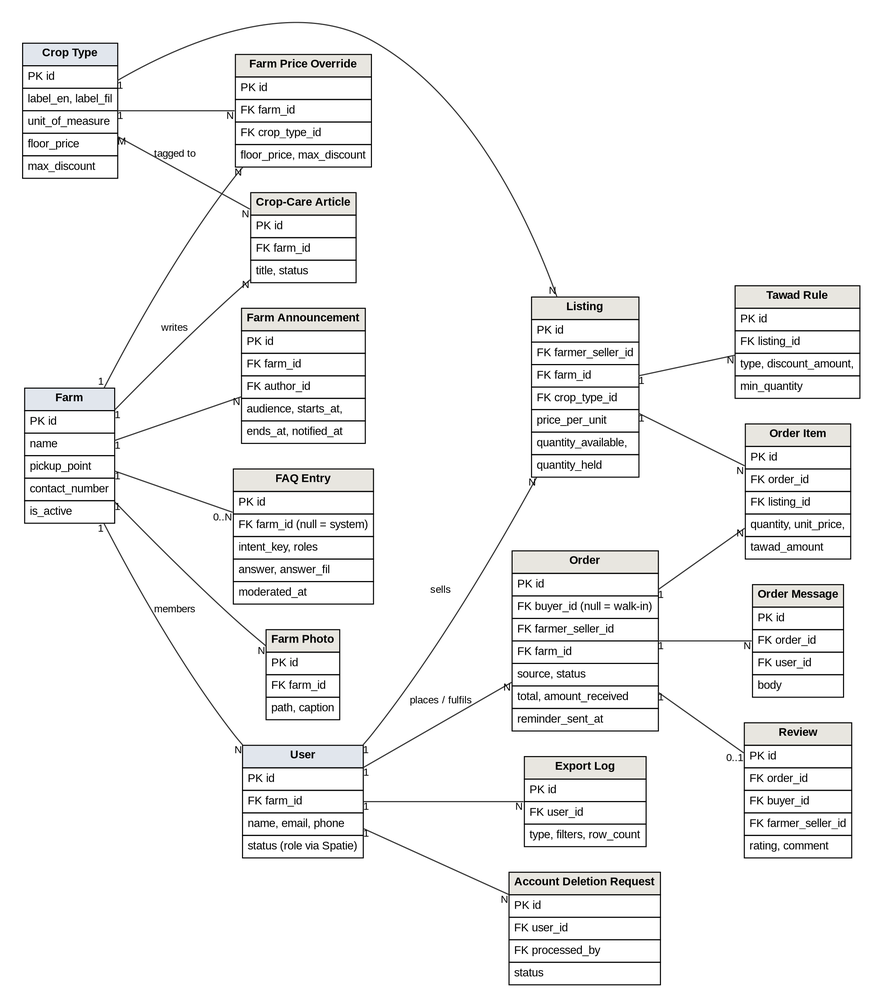
The Graphviz diagram docs/manuscript/figures/fig7_erd.png in shawncastaneda11-commits/anihow-backend, before a commit. Its source is kept beside it as docs/manuscript/figures/src/fig7_erd.dot. Source of this version:
```dot
digraph G {
  graph [rankdir=LR, nodesep=0.35, ranksep=1.0, pad=0.3, fontname="Liberation Sans", splines=true];
  node  [shape=plain, fontname="Liberation Sans", fontsize=11];
  edge  [arrowhead=none, penwidth=1.1, color="#333333", fontname="Liberation Sans", fontsize=10, labelfontsize=10];
  farm [label=<<TABLE BORDER="0" CELLBORDER="1" CELLSPACING="0" CELLPADDING="4"><TR><TD BGCOLOR="#E1E6ED"><B>Farm</B></TD></TR><TR><TD ALIGN="LEFT" BALIGN="LEFT">PK id</TD></TR><TR><TD ALIGN="LEFT" BALIGN="LEFT">name</TD></TR><TR><TD ALIGN="LEFT" BALIGN="LEFT">pickup_point</TD></TR><TR><TD ALIGN="LEFT" BALIGN="LEFT">contact_number</TD></TR><TR><TD ALIGN="LEFT" BALIGN="LEFT">is_active</TD></TR></TABLE>>];
  user [label=<<TABLE BORDER="0" CELLBORDER="1" CELLSPACING="0" CELLPADDING="4"><TR><TD BGCOLOR="#E1E6ED"><B>User</B></TD></TR><TR><TD ALIGN="LEFT" BALIGN="LEFT">PK id</TD></TR><TR><TD ALIGN="LEFT" BALIGN="LEFT">FK farm_id</TD></TR><TR><TD ALIGN="LEFT" BALIGN="LEFT">name, email, phone</TD></TR><TR><TD ALIGN="LEFT" BALIGN="LEFT">status (role via Spatie)</TD></TR></TABLE>>];
  crop [label=<<TABLE BORDER="0" CELLBORDER="1" CELLSPACING="0" CELLPADDING="4"><TR><TD BGCOLOR="#E1E6ED"><B>Crop Type</B></TD></TR><TR><TD ALIGN="LEFT" BALIGN="LEFT">PK id</TD></TR><TR><TD ALIGN="LEFT" BALIGN="LEFT">label_en, label_fil</TD></TR><TR><TD ALIGN="LEFT" BALIGN="LEFT">unit_of_measure</TD></TR><TR><TD ALIGN="LEFT" BALIGN="LEFT">floor_price</TD></TR><TR><TD ALIGN="LEFT" BALIGN="LEFT">max_discount</TD></TR></TABLE>>];
  ovr [label=<<TABLE BORDER="0" CELLBORDER="1" CELLSPACING="0" CELLPADDING="4"><TR><TD BGCOLOR="#E8E6E0"><B>Farm Price Override</B></TD></TR><TR><TD ALIGN="LEFT" BALIGN="LEFT">PK id</TD></TR><TR><TD ALIGN="LEFT" BALIGN="LEFT">FK farm_id</TD></TR><TR><TD ALIGN="LEFT" BALIGN="LEFT">FK crop_type_id</TD></TR><TR><TD ALIGN="LEFT" BALIGN="LEFT">floor_price, max_discount</TD></TR></TABLE>>];
  photo [label=<<TABLE BORDER="0" CELLBORDER="1" CELLSPACING="0" CELLPADDING="4"><TR><TD BGCOLOR="#E8E6E0"><B>Farm Photo</B></TD></TR><TR><TD ALIGN="LEFT" BALIGN="LEFT">PK id</TD></TR><TR><TD ALIGN="LEFT" BALIGN="LEFT">FK farm_id</TD></TR><TR><TD ALIGN="LEFT" BALIGN="LEFT">path, caption</TD></TR></TABLE>>];
  ann [label=<<TABLE BORDER="0" CELLBORDER="1" CELLSPACING="0" CELLPADDING="4"><TR><TD BGCOLOR="#E8E6E0"><B>Farm Announcement</B></TD></TR><TR><TD ALIGN="LEFT" BALIGN="LEFT">PK id</TD></TR><TR><TD ALIGN="LEFT" BALIGN="LEFT">FK farm_id</TD></TR><TR><TD ALIGN="LEFT" BALIGN="LEFT">FK author_id</TD></TR><TR><TD ALIGN="LEFT" BALIGN="LEFT">audience, starts_at,</TD></TR><TR><TD ALIGN="LEFT" BALIGN="LEFT">ends_at, notified_at</TD></TR></TABLE>>];
  faq [label=<<TABLE BORDER="0" CELLBORDER="1" CELLSPACING="0" CELLPADDING="4"><TR><TD BGCOLOR="#E8E6E0"><B>FAQ Entry</B></TD></TR><TR><TD ALIGN="LEFT" BALIGN="LEFT">PK id</TD></TR><TR><TD ALIGN="LEFT" BALIGN="LEFT">FK farm_id (null = system)</TD></TR><TR><TD ALIGN="LEFT" BALIGN="LEFT">intent_key, roles</TD></TR><TR><TD ALIGN="LEFT" BALIGN="LEFT">answer, answer_fil</TD></TR><TR><TD ALIGN="LEFT" BALIGN="LEFT">moderated_at</TD></TR></TABLE>>];
  art [label=<<TABLE BORDER="0" CELLBORDER="1" CELLSPACING="0" CELLPADDING="4"><TR><TD BGCOLOR="#E8E6E0"><B>Crop-Care Article</B></TD></TR><TR><TD ALIGN="LEFT" BALIGN="LEFT">PK id</TD></TR><TR><TD ALIGN="LEFT" BALIGN="LEFT">FK farm_id</TD></TR><TR><TD ALIGN="LEFT" BALIGN="LEFT">title, status</TD></TR></TABLE>>];
  lst [label=<<TABLE BORDER="0" CELLBORDER="1" CELLSPACING="0" CELLPADDING="4"><TR><TD BGCOLOR="#E8E6E0"><B>Listing</B></TD></TR><TR><TD ALIGN="LEFT" BALIGN="LEFT">PK id</TD></TR><TR><TD ALIGN="LEFT" BALIGN="LEFT">FK farmer_seller_id</TD></TR><TR><TD ALIGN="LEFT" BALIGN="LEFT">FK farm_id</TD></TR><TR><TD ALIGN="LEFT" BALIGN="LEFT">FK crop_type_id</TD></TR><TR><TD ALIGN="LEFT" BALIGN="LEFT">price_per_unit</TD></TR><TR><TD ALIGN="LEFT" BALIGN="LEFT">quantity_available,</TD></TR><TR><TD ALIGN="LEFT" BALIGN="LEFT">quantity_held</TD></TR></TABLE>>];
  tawad [label=<<TABLE BORDER="0" CELLBORDER="1" CELLSPACING="0" CELLPADDING="4"><TR><TD BGCOLOR="#E8E6E0"><B>Tawad Rule</B></TD></TR><TR><TD ALIGN="LEFT" BALIGN="LEFT">PK id</TD></TR><TR><TD ALIGN="LEFT" BALIGN="LEFT">FK listing_id</TD></TR><TR><TD ALIGN="LEFT" BALIGN="LEFT">type, discount_amount,</TD></TR><TR><TD ALIGN="LEFT" BALIGN="LEFT">min_quantity</TD></TR></TABLE>>];
  ord [label=<<TABLE BORDER="0" CELLBORDER="1" CELLSPACING="0" CELLPADDING="4"><TR><TD BGCOLOR="#E8E6E0"><B>Order</B></TD></TR><TR><TD ALIGN="LEFT" BALIGN="LEFT">PK id</TD></TR><TR><TD ALIGN="LEFT" BALIGN="LEFT">FK buyer_id (null = walk-in)</TD></TR><TR><TD ALIGN="LEFT" BALIGN="LEFT">FK farmer_seller_id</TD></TR><TR><TD ALIGN="LEFT" BALIGN="LEFT">FK farm_id</TD></TR><TR><TD ALIGN="LEFT" BALIGN="LEFT">source, status</TD></TR><TR><TD ALIGN="LEFT" BALIGN="LEFT">total, amount_received</TD></TR><TR><TD ALIGN="LEFT" BALIGN="LEFT">reminder_sent_at</TD></TR></TABLE>>];
  item [label=<<TABLE BORDER="0" CELLBORDER="1" CELLSPACING="0" CELLPADDING="4"><TR><TD BGCOLOR="#E8E6E0"><B>Order Item</B></TD></TR><TR><TD ALIGN="LEFT" BALIGN="LEFT">PK id</TD></TR><TR><TD ALIGN="LEFT" BALIGN="LEFT">FK order_id</TD></TR><TR><TD ALIGN="LEFT" BALIGN="LEFT">FK listing_id</TD></TR><TR><TD ALIGN="LEFT" BALIGN="LEFT">quantity, unit_price,</TD></TR><TR><TD ALIGN="LEFT" BALIGN="LEFT">tawad_amount</TD></TR></TABLE>>];
  msg [label=<<TABLE BORDER="0" CELLBORDER="1" CELLSPACING="0" CELLPADDING="4"><TR><TD BGCOLOR="#E8E6E0"><B>Order Message</B></TD></TR><TR><TD ALIGN="LEFT" BALIGN="LEFT">PK id</TD></TR><TR><TD ALIGN="LEFT" BALIGN="LEFT">FK order_id</TD></TR><TR><TD ALIGN="LEFT" BALIGN="LEFT">FK user_id</TD></TR><TR><TD ALIGN="LEFT" BALIGN="LEFT">body</TD></TR></TABLE>>];
  rev [label=<<TABLE BORDER="0" CELLBORDER="1" CELLSPACING="0" CELLPADDING="4"><TR><TD BGCOLOR="#E8E6E0"><B>Review</B></TD></TR><TR><TD ALIGN="LEFT" BALIGN="LEFT">PK id</TD></TR><TR><TD ALIGN="LEFT" BALIGN="LEFT">FK order_id</TD></TR><TR><TD ALIGN="LEFT" BALIGN="LEFT">FK buyer_id</TD></TR><TR><TD ALIGN="LEFT" BALIGN="LEFT">FK farmer_seller_id</TD></TR><TR><TD ALIGN="LEFT" BALIGN="LEFT">rating, comment</TD></TR></TABLE>>];
  exp [label=<<TABLE BORDER="0" CELLBORDER="1" CELLSPACING="0" CELLPADDING="4"><TR><TD BGCOLOR="#E8E6E0"><B>Export Log</B></TD></TR><TR><TD ALIGN="LEFT" BALIGN="LEFT">PK id</TD></TR><TR><TD ALIGN="LEFT" BALIGN="LEFT">FK user_id</TD></TR><TR><TD ALIGN="LEFT" BALIGN="LEFT">type, filters, row_count</TD></TR></TABLE>>];
  del [label=<<TABLE BORDER="0" CELLBORDER="1" CELLSPACING="0" CELLPADDING="4"><TR><TD BGCOLOR="#E8E6E0"><B>Account Deletion Request</B></TD></TR><TR><TD ALIGN="LEFT" BALIGN="LEFT">PK id</TD></TR><TR><TD ALIGN="LEFT" BALIGN="LEFT">FK user_id</TD></TR><TR><TD ALIGN="LEFT" BALIGN="LEFT">FK processed_by</TD></TR><TR><TD ALIGN="LEFT" BALIGN="LEFT">status</TD></TR></TABLE>>];
  farm -> user [taillabel="1", headlabel="N", label="members"];
  farm -> ovr [taillabel="1", headlabel="N"];
  crop -> ovr [taillabel="1", headlabel="N"];
  farm -> photo [taillabel="1", headlabel="N"];
  farm -> ann [taillabel="1", headlabel="N"];
  farm -> faq [taillabel="1", headlabel="0..N"];
  farm -> art [taillabel="1", headlabel="N", label="writes"];
  crop -> art [taillabel="M", headlabel="N", label="tagged to"];
  user -> lst [taillabel="1", headlabel="N", label="sells"];
  crop -> lst [taillabel="1", headlabel="N"];
  lst -> tawad [taillabel="1", headlabel="N"];
  user -> ord [taillabel="1", headlabel="N", label="places / fulfils"];
  ord -> item [taillabel="1", headlabel="N"];
  lst -> item [taillabel="1", headlabel="N"];
  ord -> msg [taillabel="1", headlabel="N"];
  ord -> rev [taillabel="1", headlabel="0..1"];
  user -> exp [taillabel="1", headlabel="N"];
  user -> del [taillabel="1", headlabel="N"];
  {rank=same; farm; crop}
  {rank=same; user; ovr; art}
}
```
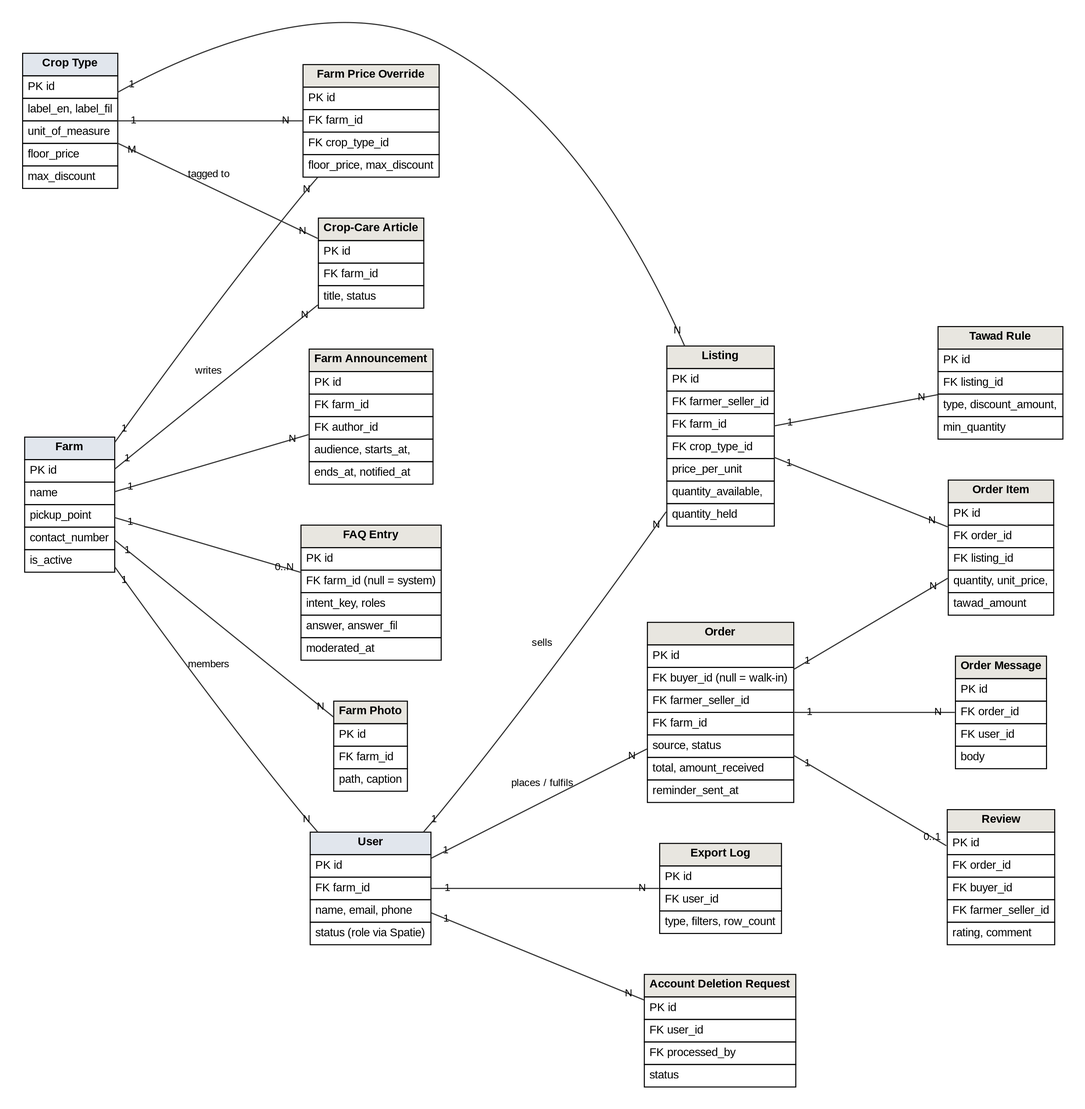
The same file after the commit.

Change to the diagram source:
```diff
@@ -1,7 +1,7 @@
 digraph G {
-  graph [rankdir=LR, nodesep=0.35, ranksep=1.0, pad=0.3, fontname="Liberation Sans", splines=true];
+  graph [rankdir=LR, nodesep=0.55, ranksep=1.9, pad=0.3, fontname="Liberation Sans", splines=true, concentrate=false];
   node  [shape=plain, fontname="Liberation Sans", fontsize=11];
-  edge  [arrowhead=none, penwidth=1.1, color="#333333", fontname="Liberation Sans", fontsize=10, labelfontsize=10];
+  edge  [arrowhead=none, penwidth=1.1, color="#333333", fontname="Liberation Sans", fontsize=10, labelfontsize=10, labeldistance=1.6, labelangle=0];
   farm [label=<<TABLE BORDER="0" CELLBORDER="1" CELLSPACING="0" CELLPADDING="4"><TR><TD BGCOLOR="#E1E6ED"><B>Farm</B></TD></TR><TR><TD ALIGN="LEFT" BALIGN="LEFT">PK id</TD></TR><TR><TD ALIGN="LEFT" BALIGN="LEFT">name</TD></TR><TR><TD ALIGN="LEFT" BALIGN="LEFT">pickup_point</TD></TR><TR><TD ALIGN="LEFT" BALIGN="LEFT">contact_number</TD></TR><TR><TD ALIGN="LEFT" BALIGN="LEFT">is_active</TD></TR></TABLE>>];
   user [label=<<TABLE BORDER="0" CELLBORDER="1" CELLSPACING="0" CELLPADDING="4"><TR><TD BGCOLOR="#E1E6ED"><B>User</B></TD></TR><TR><TD ALIGN="LEFT" BALIGN="LEFT">PK id</TD></TR><TR><TD ALIGN="LEFT" BALIGN="LEFT">FK farm_id</TD></TR><TR><TD ALIGN="LEFT" BALIGN="LEFT">name, email, phone</TD></TR><TR><TD ALIGN="LEFT" BALIGN="LEFT">status (role via Spatie)</TD></TR></TABLE>>];
   crop [label=<<TABLE BORDER="0" CELLBORDER="1" CELLSPACING="0" CELLPADDING="4"><TR><TD BGCOLOR="#E1E6ED"><B>Crop Type</B></TD></TR><TR><TD ALIGN="LEFT" BALIGN="LEFT">PK id</TD></TR><TR><TD ALIGN="LEFT" BALIGN="LEFT">label_en, label_fil</TD></TR><TR><TD ALIGN="LEFT" BALIGN="LEFT">unit_of_measure</TD></TR><TR><TD ALIGN="LEFT" BALIGN="LEFT">floor_price</TD></TR><TR><TD ALIGN="LEFT" BALIGN="LEFT">max_discount</TD></TR></TABLE>>];
```
